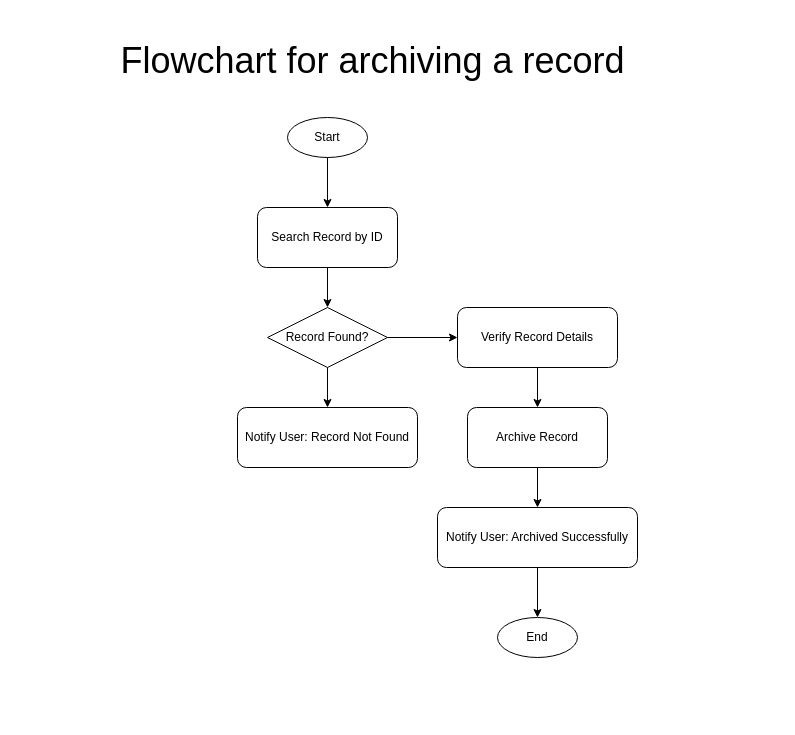
This is flowchart6.drawio from brabentil/database_diagrams, a draw.io file, before an edit. Source tidied: cells renumbered, new cells numbered last; positions are measured from the earlier drawing's top-left corner, leaving out a move shared by most shapes. Both pictures are drawn from the tidied source at 100%, with x=0, y=0 at pixel (107, 30).
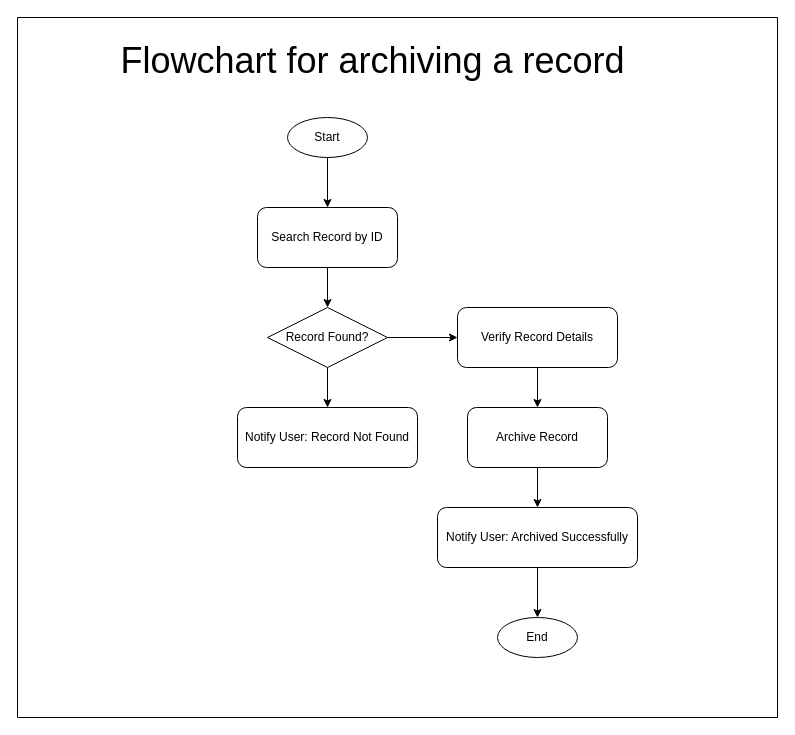
The same page after the edit.

Change to the diagram source:
```diff
@@
 <mxGraphModel>
   <root>
     <mxCell id="0" />
     <mxCell id="1" parent="0" />
     <mxCell id="2" value="Start" style="ellipse;whiteSpace=wrap;html=1;" parent="1" vertex="1">
       <mxGeometry x="180" y="87" width="80" height="40" as="geometry" />
     </mxCell>
     <mxCell id="3" value="Search Record by ID" style="rounded=1;whiteSpace=wrap;html=1;" parent="1" vertex="1">
       <mxGeometry x="150" y="177" width="140" height="60" as="geometry" />
     </mxCell>
     <mxCell id="4" value="Record Found?" style="rhombus;whiteSpace=wrap;html=1;" parent="1" vertex="1">
       <mxGeometry x="160" y="277" width="120" height="60" as="geometry" />
     </mxCell>
     <mxCell id="5" value="Verify Record Details" style="rounded=1;whiteSpace=wrap;html=1;" parent="1" vertex="1">
       <mxGeometry x="350" y="277" width="160" height="60" as="geometry" />
     </mxCell>
     <mxCell id="6" value="Archive Record" style="rounded=1;whiteSpace=wrap;html=1;" parent="1" vertex="1">
       <mxGeometry x="360" y="377" width="140" height="60" as="geometry" />
     </mxCell>
     <mxCell id="7" value="Notify User: Archived Successfully" style="rounded=1;whiteSpace=wrap;html=1;" parent="1" vertex="1">
       <mxGeometry x="330" y="477" width="200" height="60" as="geometry" />
     </mxCell>
     <mxCell id="8" value="Notify User: Record Not Found" style="rounded=1;whiteSpace=wrap;html=1;" parent="1" vertex="1">
       <mxGeometry x="130" y="377" width="180" height="60" as="geometry" />
     </mxCell>
     <mxCell id="9" value="End" style="ellipse;whiteSpace=wrap;html=1;" parent="1" vertex="1">
       <mxGeometry x="390" y="587" width="80" height="40" as="geometry" />
     </mxCell>
     <mxCell id="10" parent="1" edge="1" source="2" target="3">
       <mxGeometry relative="1" as="geometry" />
     </mxCell>
     <mxCell id="11" parent="1" edge="1" source="3" target="4">
       <mxGeometry relative="1" as="geometry" />
     </mxCell>
     <mxCell id="12" parent="1" edge="1" source="4" target="5">
       <mxGeometry relative="1" as="geometry" />
     </mxCell>
     <mxCell id="13" parent="1" edge="1" source="5" target="6">
       <mxGeometry relative="1" as="geometry" />
     </mxCell>
     <mxCell id="14" parent="1" edge="1" source="6" target="7">
       <mxGeometry relative="1" as="geometry" />
     </mxCell>
     <mxCell id="15" parent="1" edge="1" source="7" target="9">
       <mxGeometry relative="1" as="geometry" />
     </mxCell>
     <mxCell id="16" parent="1" edge="1" source="4" target="8">
       <mxGeometry relative="1" as="geometry" />
     </mxCell>
     <mxCell id="17" value="&lt;font style=&quot;font-size: 36px;&quot;&gt;Flowchart for archiving a record&lt;/font&gt;" style="text;html=1;align=center;verticalAlign=middle;strokeColor=none;fillColor=none;" parent="1" vertex="1">
       <mxGeometry width="530" height="60" as="geometry" />
     </mxCell>
+    <mxCell id="18" style="swimlane;startSize=0;" parent="1" vertex="1">
+      <mxGeometry x="-90" y="-13" width="760" height="700" as="geometry" />
+    </mxCell>
   </root>
 </mxGraphModel>
```
